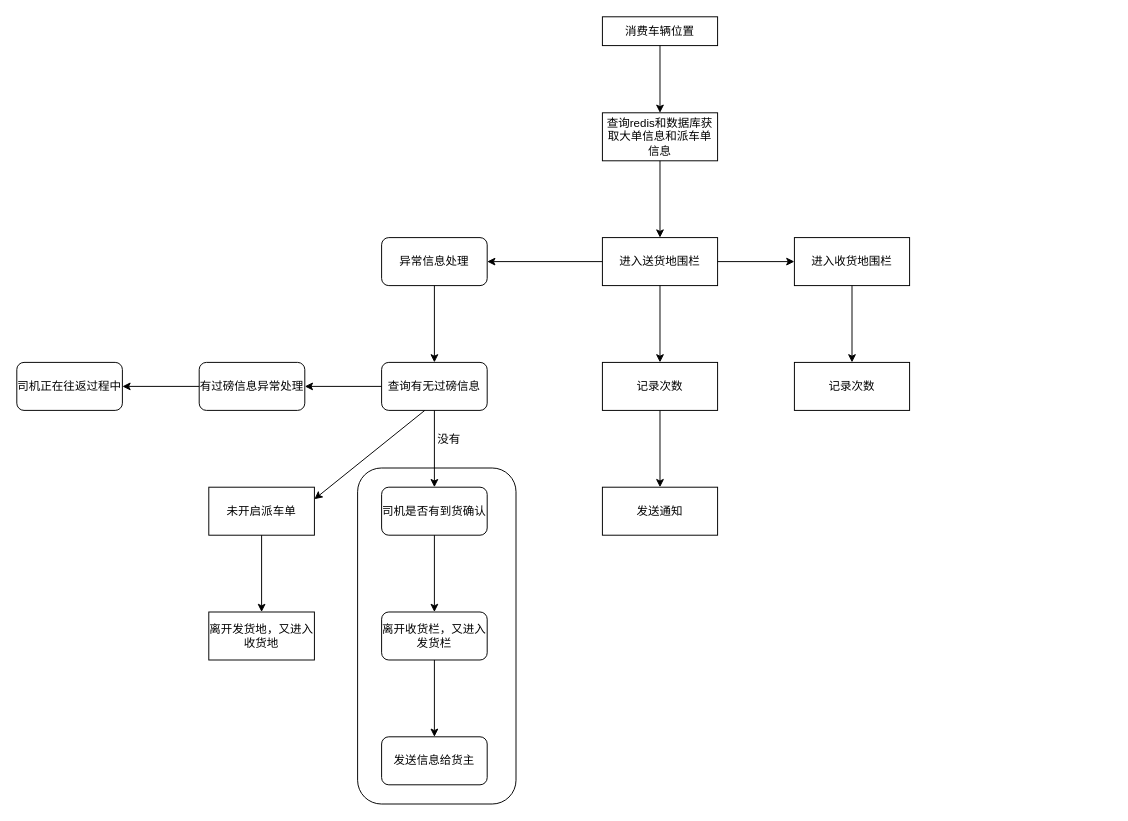
anqingjieer/blog keeps this draw.io diagram as page "非网络货运" (3 of 4) of docs/短倒智能流程图.drawio. Above is the earlier version. Source tidied: cells renumbered, new cells numbered last; positions are measured from the earlier drawing's top-left corner, leaving out a move shared by most shapes. Both pictures are drawn from the tidied source at 96%, with x=0, y=0 at pixel (16, 16).
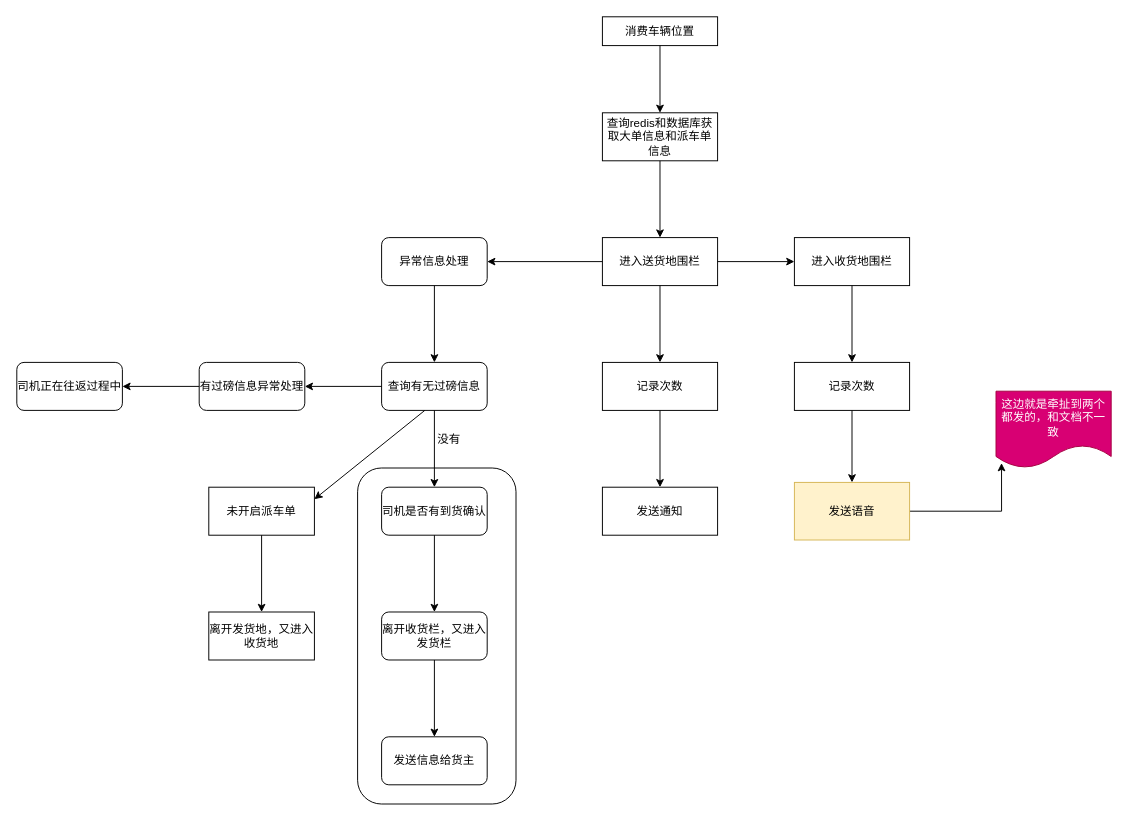
The same page after the edit.

Commit message:
更新短倒智能流程图.drawio

Unchanged cells that the change refers to:
```xml
<mxCell id="15" value="记录次数" style="rounded=0;whiteSpace=wrap;html=1;labelBackgroundColor=none;" parent="2" vertex="1">
  <mxGeometry x="810" y="360" width="120" height="50" as="geometry" />
</mxCell>
```

What changed in the source:
```diff
@@
+    <mxCell id="36" style="edgeStyle=orthogonalEdgeStyle;rounded=0;jettySize=auto;html=1;entryX=0.048;entryY=0.936;entryDx=0;entryDy=0;entryPerimeter=0;" parent="1" edge="1" source="37" target="39">
+      <mxGeometry relative="1" as="geometry" />
+    </mxCell>
+    <mxCell id="37" value="发送语音" style="whiteSpace=wrap;html=1;rounded=0;labelBackgroundColor=none;fillColor=#fff2cc;strokeColor=#d6b656;" parent="1" vertex="1">
+      <mxGeometry x="810" y="485" width="120" height="60" as="geometry" />
+    </mxCell>
+    <mxCell id="38" style="edgeStyle=orthogonalEdgeStyle;rounded=0;jettySize=auto;html=1;" parent="1" edge="1" source="15" target="37">
+      <mxGeometry relative="1" as="geometry" />
+    </mxCell>
+    <mxCell id="39" value="这边就是牵扯到两个都发的，和文档不一致" style="shape=document;whiteSpace=wrap;html=1;boundedLbl=1;fillColor=#d80073;strokeColor=#A50040;fontColor=#ffffff;" parent="1" vertex="1">
+      <mxGeometry x="1020" y="390" width="120" height="80" as="geometry" />
+    </mxCell>
```
